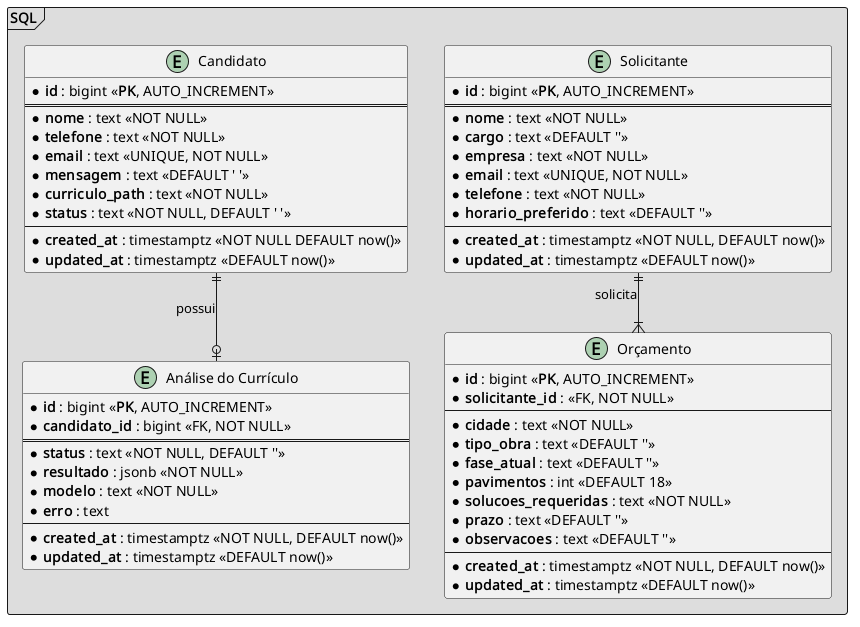
This is docs/diagrams/sql.png from olucasfracaro/EmpregaMais, a PlantUML export, as it was before one commit.
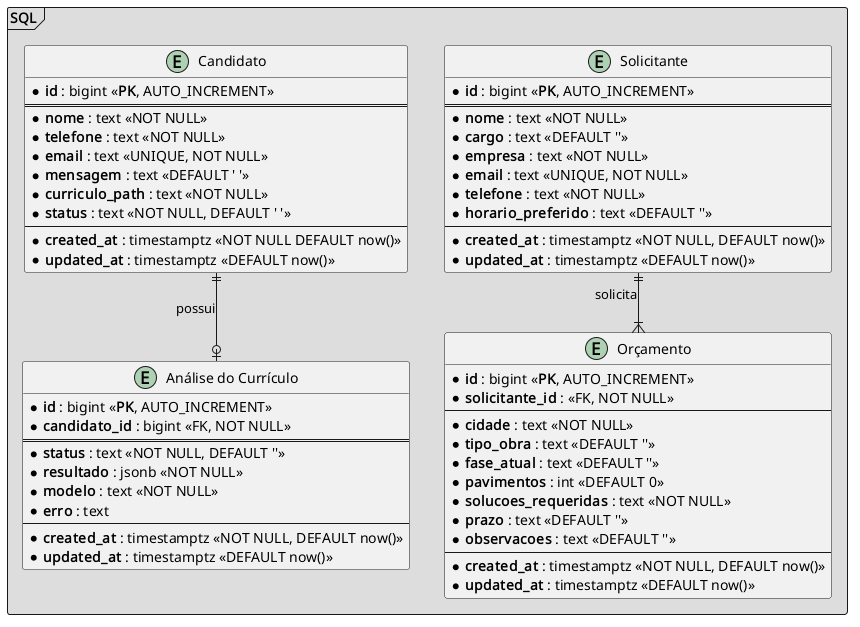
After the change.

Commit message:
diagrama UML de componentes do sistema

Diff of the diagram source:
```diff
@@ -51,7 +51,7 @@
         * **cidade** : text <<NOT NULL>>
         * **tipo_obra** : text <<DEFAULT ''>>
         * **fase_atual** : text <<DEFAULT ''>>
-        * **pavimentos** : int <<DEFAULT 18>>
+        * **pavimentos** : int <<DEFAULT 0>>
         * **solucoes_requeridas** : text <<NOT NULL>>
         * **prazo** : text <<DEFAULT ''>>
         * **observacoes** : text <<DEFAULT ''>>
```
